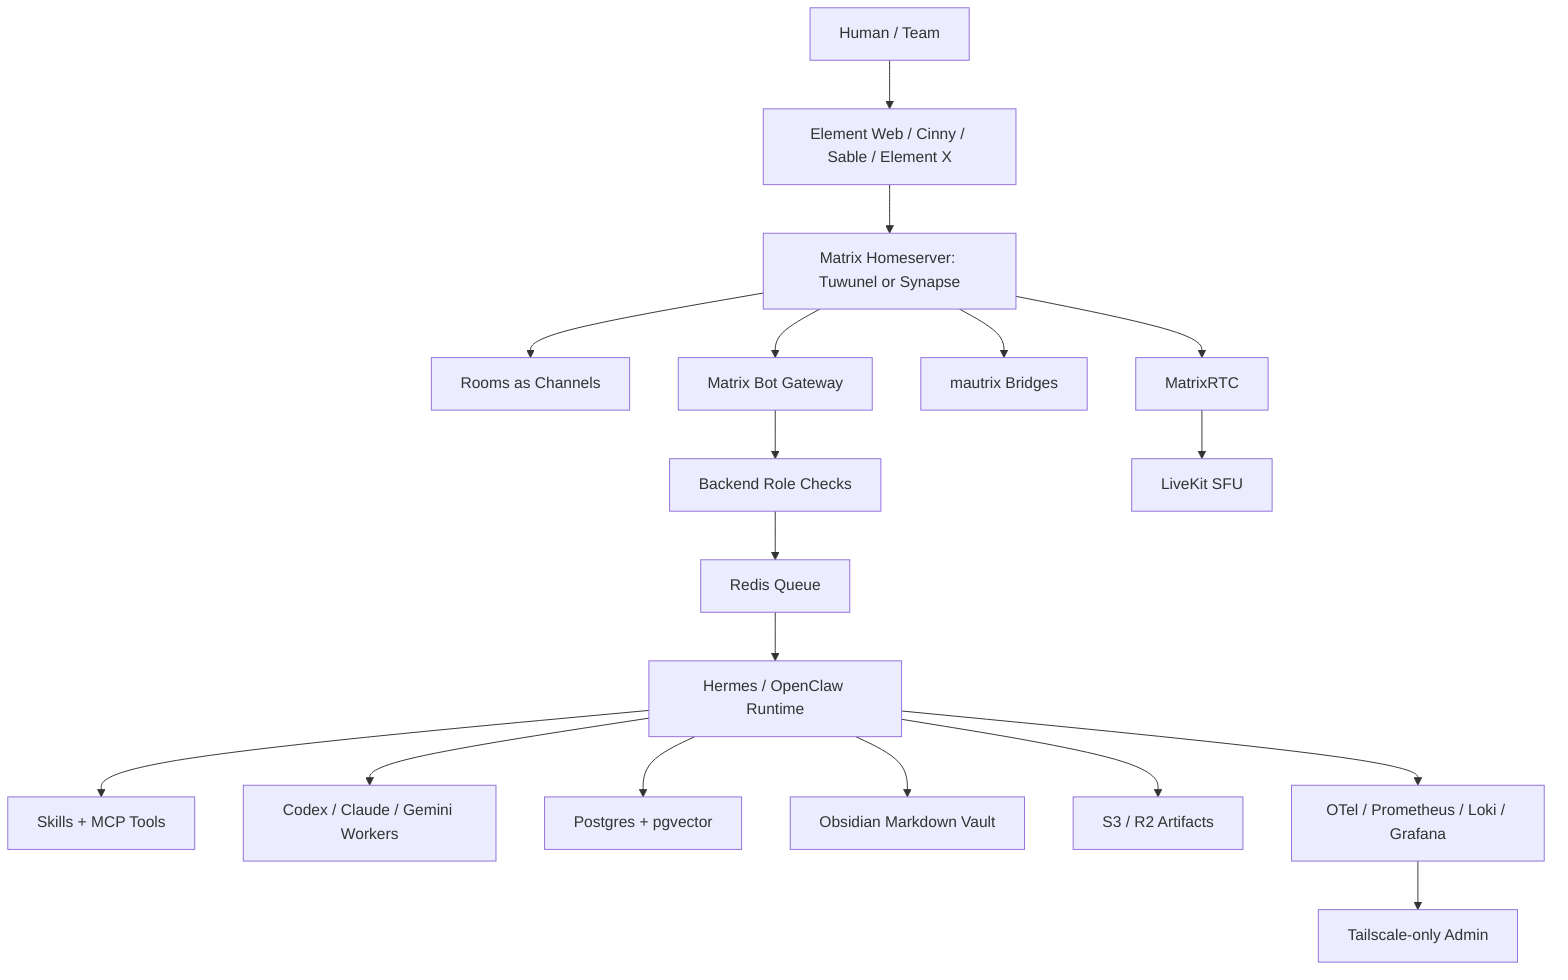
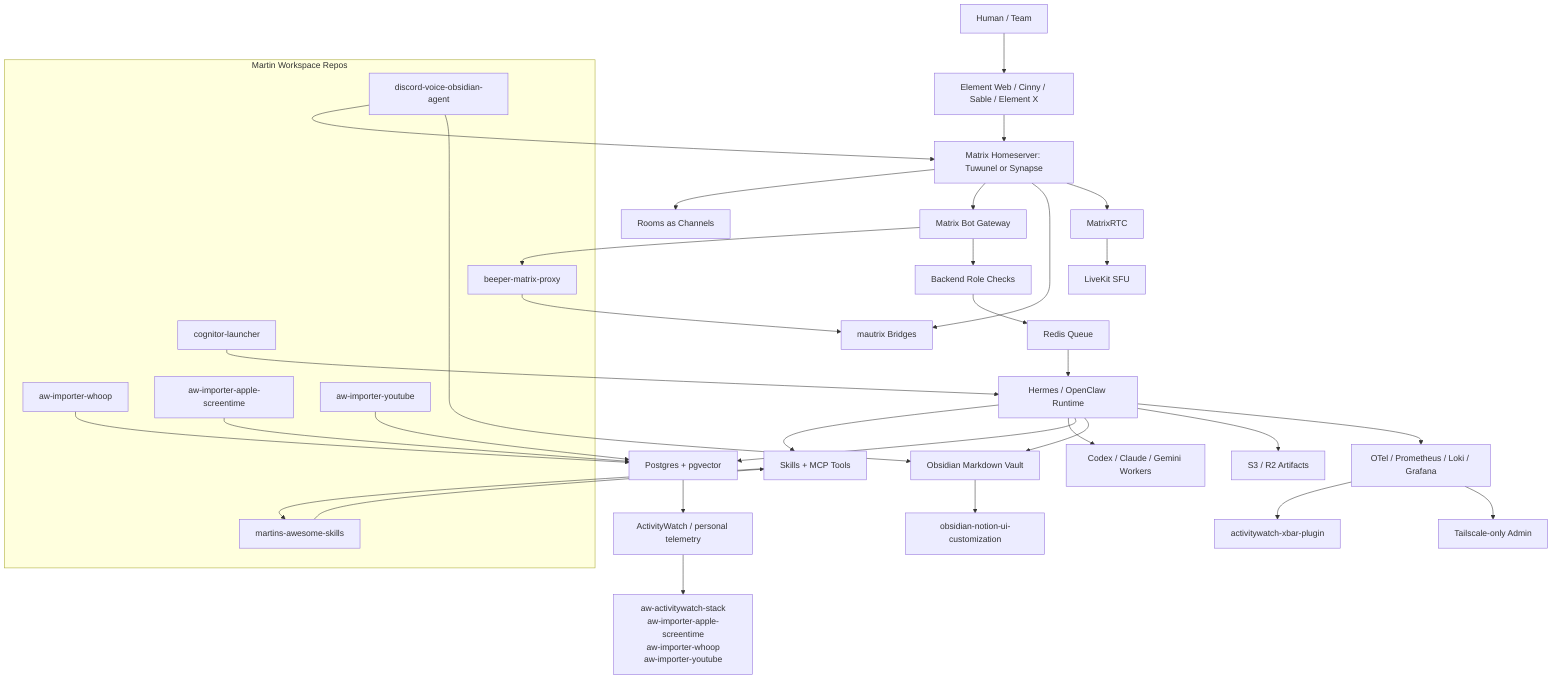
flowchart TB
  User["Human / Team"] --> Client["Element Web / Cinny / Sable / Element X"]
  Client --> Matrix["Matrix Homeserver: Tuwunel or Synapse"]
  Matrix --> Rooms["Rooms as Channels"]
  Matrix --> Bot["Matrix Bot Gateway"]
  Bot --> Authz["Backend Role Checks"]
  Authz --> Queue["Redis Queue"]
  Queue --> Hermes["Hermes / OpenClaw Runtime"]
+   Bot --> BeeperProxy["beeper-matrix-proxy"]
  Hermes --> Skills["Skills + MCP Tools"]
+   Skills --> SkillsRepo["martins-awesome-skills<br/>openclaw-apple-findmy-skill<br/>codex-computer-use-eu-activate"]
  Hermes --> Workers["Codex / Claude / Gemini Workers"]
  Hermes --> Memory["Postgres + pgvector"]
  Hermes --> Vault["Obsidian Markdown Vault"]
+   Vault --> ObsidianRepo["obsidian-notion-ui-customization"]
  Hermes --> S3["S3 / R2 Artifacts"]
+   Memory --> ActivityWatch["ActivityWatch / personal telemetry"]
+   ActivityWatch --> Importers["aw-activitywatch-stack<br/>aw-importer-apple-screentime<br/>aw-importer-whoop<br/>aw-importer-youtube"]
  Matrix --> Bridges["mautrix Bridges"]
  Matrix --> RTC["MatrixRTC"]
  RTC --> LiveKit["LiveKit SFU"]
  Hermes --> Obs["OTel / Prometheus / Loki / Grafana"]
+   Obs --> Menubar["activitywatch-xbar-plugin"]
  Obs --> Tail["Tailscale-only Admin"]
+ 
+   subgraph Workspace["Martin Workspace Repos"]
+     Cognitor["cognitor-launcher"]
+     Hoerbert["discord-voice-obsidian-agent"]
+     SkillsRepo["martins-awesome-skills"]
+     BeeperProxy["beeper-matrix-proxy"]
+     AWWhoop["aw-importer-whoop"]
+     AWScreen["aw-importer-apple-screentime"]
+     AWYouTube["aw-importer-youtube"]
+   end
+ 
+   Cognitor --> Hermes
+   Hoerbert --> Matrix
+   Hoerbert --> Vault
+   SkillsRepo --> Skills
+   BeeperProxy --> Bridges
+   AWWhoop --> Memory
+   AWScreen --> Memory
+   AWYouTube --> Memory
